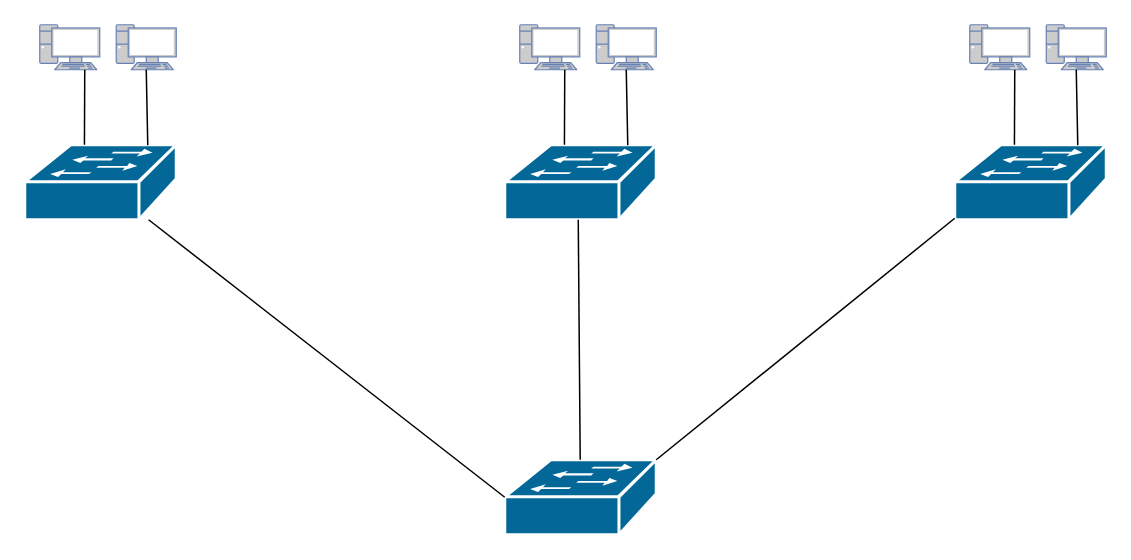
azul-007/Networking-Concepts keeps this draw.io diagram as Images/flat_network.drawio. Above is the earlier version. Source tidied: cells renumbered, new cells numbered last; positions are measured from the earlier drawing's top-left corner, leaving out a move shared by most shapes. Both pictures are drawn from the tidied source at 150%, with x=0, y=0 at pixel (24, 24).
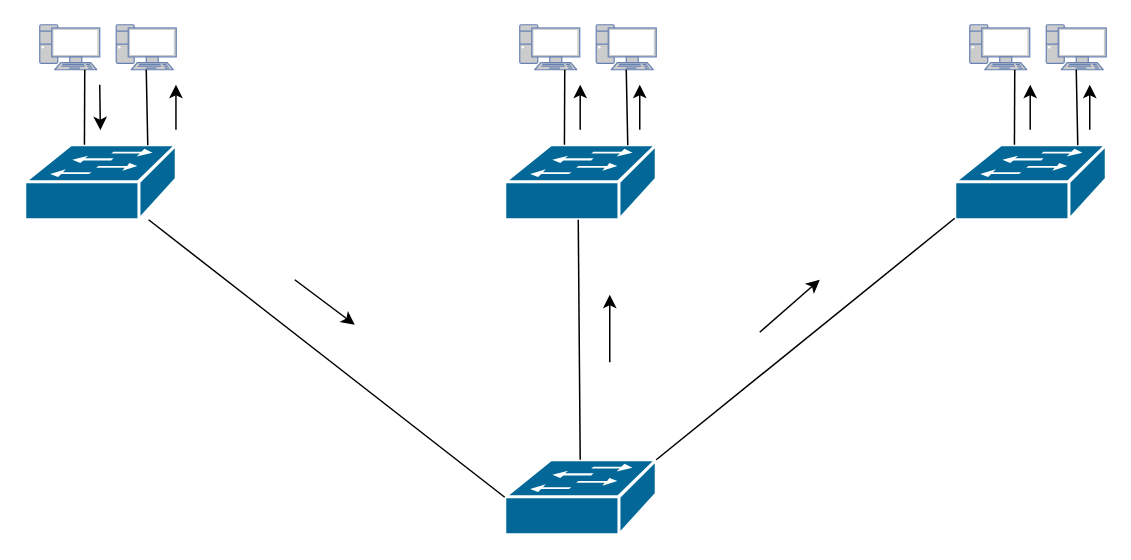
The same page after the edit.

The edit, as a diff of the source:
```diff
@@
+    <mxCell id="21" style="endArrow=classic;html=1;" parent="1" edge="1">
+      <mxGeometry relative="1" as="geometry">
+        <mxPoint x="50" y="40" as="sourcePoint" />
+        <mxPoint x="50.4" y="70.3" as="targetPoint" />
+      </mxGeometry>
+    </mxCell>
+    <mxCell id="22" style="endArrow=classic;html=1;" parent="1" edge="1">
+      <mxGeometry relative="1" as="geometry">
+        <mxPoint x="100.8" y="70" as="sourcePoint" />
+        <mxPoint x="100.8" y="40" as="targetPoint" />
+      </mxGeometry>
+    </mxCell>
+    <mxCell id="23" style="endArrow=classic;html=1;" parent="1" edge="1">
+      <mxGeometry relative="1" as="geometry">
+        <mxPoint x="370.3" y="70" as="sourcePoint" />
+        <mxPoint x="370.3" y="40" as="targetPoint" />
+      </mxGeometry>
+    </mxCell>
+    <mxCell id="24" style="endArrow=classic;html=1;" parent="1" edge="1">
+      <mxGeometry relative="1" as="geometry">
+        <mxPoint x="410" y="70" as="sourcePoint" />
+        <mxPoint x="410" y="40" as="targetPoint" />
+      </mxGeometry>
+    </mxCell>
+    <mxCell id="25" style="endArrow=classic;html=1;" parent="1" edge="1">
+      <mxGeometry relative="1" as="geometry">
+        <mxPoint x="670.3" y="70" as="sourcePoint" />
+        <mxPoint x="670.3" y="40" as="targetPoint" />
+      </mxGeometry>
+    </mxCell>
+    <mxCell id="26" style="endArrow=classic;html=1;" parent="1" edge="1">
+      <mxGeometry relative="1" as="geometry">
+        <mxPoint x="710" y="70" as="sourcePoint" />
+        <mxPoint x="710" y="40" as="targetPoint" />
+      </mxGeometry>
+    </mxCell>
+    <mxCell id="27" style="endArrow=classic;html=1;" parent="1" edge="1">
+      <mxGeometry relative="1" as="geometry">
+        <mxPoint x="180" y="170" as="sourcePoint" />
+        <mxPoint x="220" y="200" as="targetPoint" />
+      </mxGeometry>
+    </mxCell>
+    <mxCell id="28" style="endArrow=classic;html=1;" parent="1" edge="1">
+      <mxGeometry relative="1" as="geometry">
+        <mxPoint x="390" y="225" as="sourcePoint" />
+        <mxPoint x="390" y="180" as="targetPoint" />
+      </mxGeometry>
+    </mxCell>
+    <mxCell id="29" style="endArrow=classic;html=1;" parent="1" edge="1">
+      <mxGeometry relative="1" as="geometry">
+        <mxPoint x="490" y="205" as="sourcePoint" />
+        <mxPoint x="530" y="170" as="targetPoint" />
+      </mxGeometry>
+    </mxCell>
```
